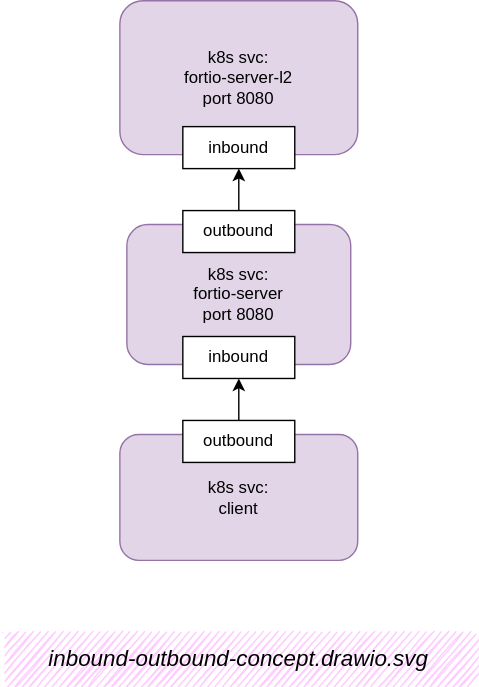
Before: docs/source/ch1-istio-arch/service-mesh-base-concept.assets/inbound-outbound-concept.drawio.svg, a diagram exported from draw.io (labilezhu/istio-insider). Source tidied: cells renumbered, new cells last; positions are measured from the earlier drawing's top-left corner, leaving out a move shared by most shapes.
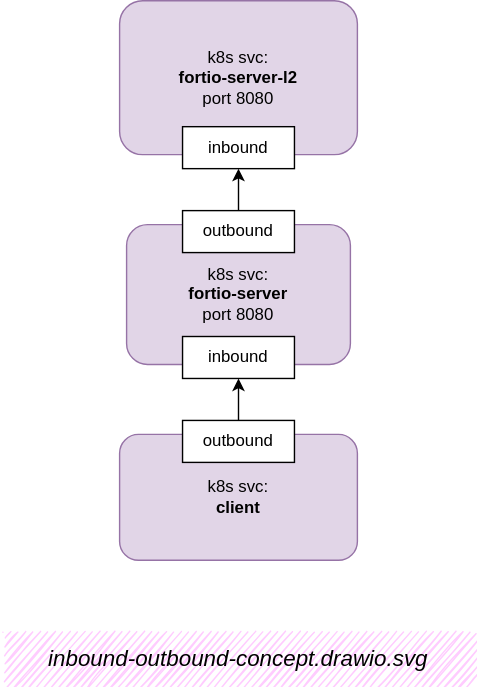
Above is the later version.

Change to the diagram source:
```diff
@@ -2,13 +2,13 @@
   <root>
     <mxCell id="0" />
     <mxCell id="1" parent="0" />
-    <mxCell id="2" value="k8s svc:&lt;br&gt;fortio-server&lt;br&gt;port 8080" style="rounded=1;whiteSpace=wrap;html=1;fillColor=#e1d5e7;strokeColor=#9673a6;" parent="1" vertex="1">
+    <mxCell id="2" value="k8s svc:&lt;br&gt;&lt;b&gt;fortio-server&lt;br&gt;&lt;/b&gt;port 8080" style="rounded=1;whiteSpace=wrap;html=1;fillColor=#e1d5e7;strokeColor=#9673a6;" parent="1" vertex="1">
       <mxGeometry x="90" y="160" width="160" height="100" as="geometry" />
     </mxCell>
-    <mxCell id="3" value="k8s svc:&lt;br&gt;fortio-server-l2&lt;br&gt;port 8080" style="rounded=1;whiteSpace=wrap;html=1;fillColor=#e1d5e7;strokeColor=#9673a6;" parent="1" vertex="1">
+    <mxCell id="3" value="k8s svc:&lt;br&gt;&lt;b&gt;fortio-server-l2&lt;/b&gt;&lt;br&gt;port 8080" style="rounded=1;whiteSpace=wrap;html=1;fillColor=#e1d5e7;strokeColor=#9673a6;" parent="1" vertex="1">
       <mxGeometry x="85" width="170" height="110" as="geometry" />
     </mxCell>
-    <mxCell id="4" value="k8s svc:&lt;br&gt;client" style="rounded=1;whiteSpace=wrap;html=1;fillColor=#e1d5e7;strokeColor=#9673a6;" parent="1" vertex="1">
+    <mxCell id="4" value="k8s svc:&lt;br&gt;&lt;b&gt;client&lt;/b&gt;" style="rounded=1;whiteSpace=wrap;html=1;fillColor=#e1d5e7;strokeColor=#9673a6;" parent="1" vertex="1">
       <mxGeometry x="85" y="310" width="170" height="90" as="geometry" />
     </mxCell>
     <mxCell id="5" style="endArrow=classic;html=1;rounded=0;" parent="1" edge="1" source="10" target="8">
```
